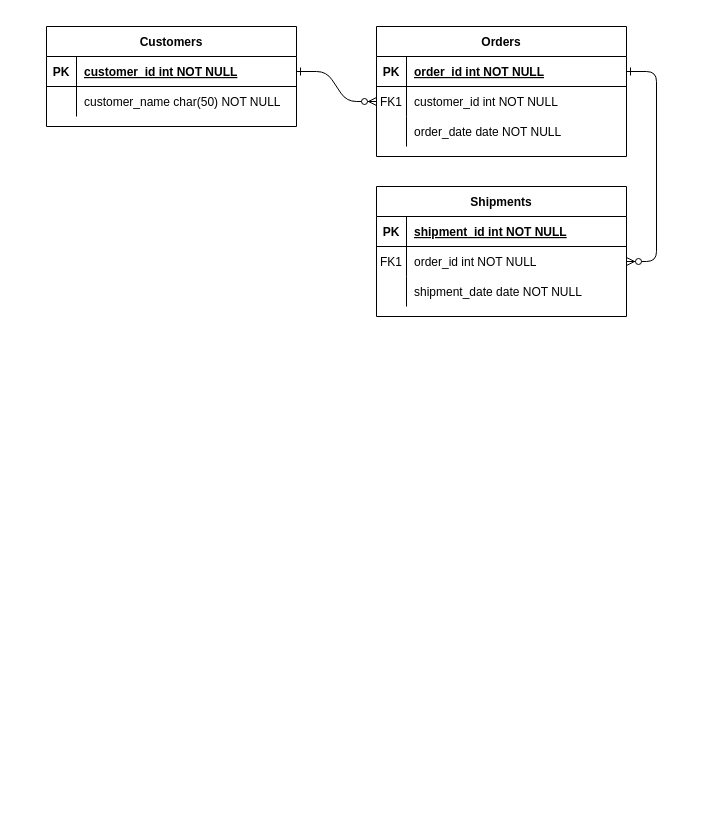
Before: logs/Untitled Diagram.drawio in barmancity-lab/challenge-cor, a draw.io diagram. Source tidied: cells renumbered, new cells numbered last; positions are measured from the earlier drawing's top-left corner, leaving out a move shared by most shapes. Both pictures are drawn from the tidied source at 100%, with x=0, y=0 at pixel (46, 26).
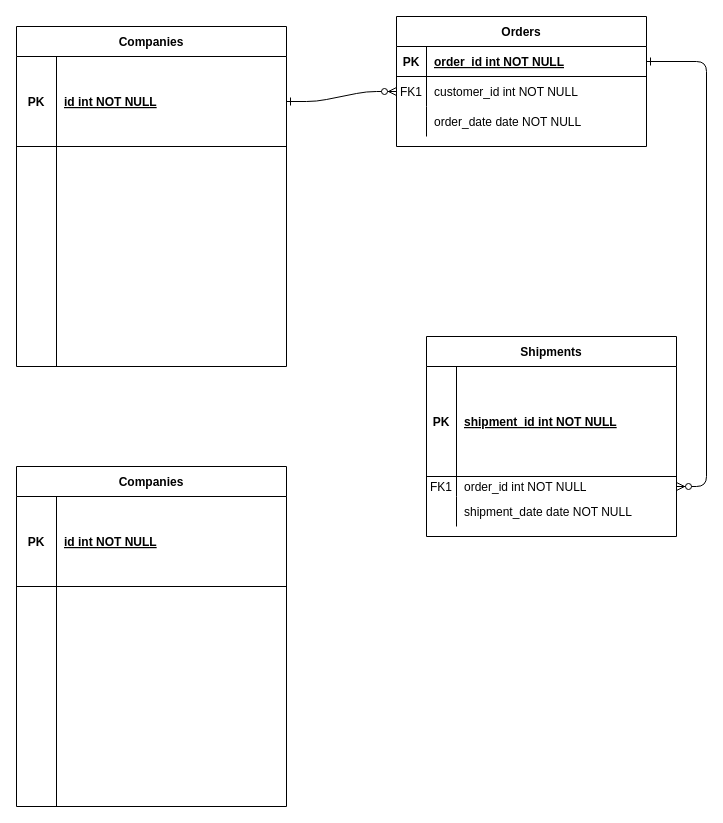
After the change.

The edit, as a diff of the source:
```diff
@@
     <mxCell id="4" value="Orders" style="shape=table;startSize=30;childLayout=tableLayout;rowLines=0;fontStyle=1;align=center;" parent="1" vertex="1">
-      <mxGeometry x="330" width="250" height="130" as="geometry" />
+      <mxGeometry x="350" y="-10" width="250" height="130" as="geometry" />
     </mxCell>
@@
     <mxCell id="14" value="Shipments" style="shape=table;startSize=30;childLayout=tableLayout;rowLines=0;fontStyle=1;align=center;" parent="1" vertex="1">
-      <mxGeometry x="330" y="160" width="250" height="130" as="geometry" />
+      <mxGeometry x="380" y="310" width="250" height="200" as="geometry" />
     </mxCell>
     <mxCell id="15" style="shape=partialRectangle;fillColor=none;top=0;left=0;right=0;bottom=1;" parent="14" vertex="1">
-      <mxGeometry y="30" width="250" height="30" as="geometry" />
+      <mxGeometry y="30" width="250" height="110" as="geometry" />
     </mxCell>
     <mxCell id="16" value="PK" style="shape=partialRectangle;overflow=hidden;fillColor=none;top=0;left=0;bottom=0;right=0;fontStyle=1;" parent="15" vertex="1">
-      <mxGeometry width="30" height="30" as="geometry" />
+      <mxGeometry width="30" height="110" as="geometry" />
     </mxCell>
     <mxCell id="17" value="shipment_id int NOT NULL " style="shape=partialRectangle;overflow=hidden;fillColor=none;top=0;left=0;bottom=0;right=0;align=left;spacingLeft=6;fontStyle=5;" parent="15" vertex="1">
-      <mxGeometry x="30" width="220" height="30" as="geometry" />
+      <mxGeometry x="30" width="220" height="110" as="geometry" />
     </mxCell>
     <mxCell id="18" style="shape=partialRectangle;fillColor=none;points=[[0,0.5],[1,0.5]];portConstraint=eastwest;top=0;left=0;right=0;bottom=0;" parent="14" vertex="1">
-      <mxGeometry y="60" width="250" height="30" as="geometry" />
+      <mxGeometry y="140" width="250" height="20" as="geometry" />
     </mxCell>
     <mxCell id="19" value="FK1" style="shape=partialRectangle;overflow=hidden;fillColor=none;top=0;left=0;bottom=0;right=0;" parent="18" vertex="1">
-      <mxGeometry width="30" height="30" as="geometry" />
+      <mxGeometry width="30" height="20" as="geometry" />
     </mxCell>
     <mxCell id="20" value="order_id int NOT NULL" style="shape=partialRectangle;overflow=hidden;fillColor=none;top=0;left=0;bottom=0;right=0;align=left;spacingLeft=6;" parent="18" vertex="1">
-      <mxGeometry x="30" width="220" height="30" as="geometry" />
+      <mxGeometry x="30" width="220" height="20" as="geometry" />
     </mxCell>
     <mxCell id="21" style="shape=partialRectangle;fillColor=none;top=0;left=0;right=0;bottom=0;" parent="14" vertex="1">
-      <mxGeometry y="90" width="250" height="30" as="geometry" />
+      <mxGeometry y="160" width="250" height="30" as="geometry" />
     </mxCell>
@@
-    <mxCell id="24" value="Customers" style="shape=table;startSize=30;childLayout=tableLayout;rowLines=0;fontStyle=1;align=center;" parent="1" vertex="1">
-      <mxGeometry width="250" height="100" as="geometry" />
+    <mxCell id="24" value="Companies" style="shape=table;startSize=30;childLayout=tableLayout;rowLines=0;fontStyle=1;align=center;" parent="1" vertex="1">
+      <mxGeometry x="-30" width="270" height="340" as="geometry" />
     </mxCell>
     <mxCell id="25" style="shape=partialRectangle;fillColor=none;points=[[0,0.5],[1,0.5]];portConstraint=eastwest;top=0;left=0;right=0;bottom=1;" parent="24" vertex="1">
-      <mxGeometry y="30" width="250" height="30" as="geometry" />
+      <mxGeometry y="30" width="270" height="90" as="geometry" />
     </mxCell>
     <mxCell id="26" value="PK" style="shape=partialRectangle;overflow=hidden;fillColor=none;top=0;left=0;bottom=0;right=0;fontStyle=1;" parent="25" vertex="1">
-      <mxGeometry width="30" height="30" as="geometry" />
+      <mxGeometry width="40" height="90" as="geometry" />
     </mxCell>
-    <mxCell id="27" value="customer_id int NOT NULL " style="shape=partialRectangle;overflow=hidden;fillColor=none;top=0;left=0;bottom=0;right=0;align=left;spacingLeft=6;fontStyle=5;" parent="25" vertex="1">
-      <mxGeometry x="30" width="220" height="30" as="geometry" />
+    <mxCell id="27" value="id int NOT NULL " style="shape=partialRectangle;overflow=hidden;fillColor=none;top=0;left=0;bottom=0;right=0;align=left;spacingLeft=6;fontStyle=5;" parent="25" vertex="1">
+      <mxGeometry x="40" width="230" height="90" as="geometry" />
     </mxCell>
     <mxCell id="28" style="shape=partialRectangle;fillColor=none;top=0;left=0;right=0;bottom=0;" parent="24" vertex="1">
-      <mxGeometry y="60" width="250" height="30" as="geometry" />
+      <mxGeometry y="120" width="270" height="220" as="geometry" />
     </mxCell>
     <mxCell id="29" style="shape=partialRectangle;overflow=hidden;fillColor=none;top=0;left=0;bottom=0;right=0;" parent="28" vertex="1">
-      <mxGeometry width="30" height="30" as="geometry" />
+      <mxGeometry width="40" height="220" as="geometry" />
     </mxCell>
-    <mxCell id="30" value="customer_name char(50) NOT NULL" style="shape=partialRectangle;overflow=hidden;fillColor=none;top=0;left=0;bottom=0;right=0;align=left;spacingLeft=6;" parent="28" vertex="1">
-      <mxGeometry x="30" width="220" height="30" as="geometry" />
+    <mxCell id="30" style="shape=partialRectangle;overflow=hidden;fillColor=none;top=0;left=0;bottom=0;right=0;align=left;spacingLeft=6;" parent="28" vertex="1">
+      <mxGeometry x="40" width="230" height="220" as="geometry" />
     </mxCell>
+    <mxCell id="31" value="Companies" style="shape=table;startSize=30;childLayout=tableLayout;rowLines=0;fontStyle=1;align=center;" parent="1" vertex="1">
+      <mxGeometry x="-30" y="440" width="270" height="340" as="geometry" />
+    </mxCell>
+    <mxCell id="32" style="shape=partialRectangle;fillColor=none;top=0;left=0;right=0;bottom=1;" parent="31" vertex="1">
+      <mxGeometry y="30" width="270" height="90" as="geometry" />
+    </mxCell>
+    <mxCell id="33" value="PK" style="shape=partialRectangle;overflow=hidden;fillColor=none;top=0;left=0;bottom=0;right=0;fontStyle=1;" parent="32" vertex="1">
+      <mxGeometry width="40" height="90" as="geometry" />
+    </mxCell>
+    <mxCell id="34" value="id int NOT NULL " style="shape=partialRectangle;overflow=hidden;fillColor=none;top=0;left=0;bottom=0;right=0;align=left;spacingLeft=6;fontStyle=5;" parent="32" vertex="1">
+      <mxGeometry x="40" width="230" height="90" as="geometry" />
+    </mxCell>
+    <mxCell id="35" style="shape=partialRectangle;fillColor=none;top=0;left=0;right=0;bottom=0;" parent="31" vertex="1">
+      <mxGeometry y="120" width="270" height="220" as="geometry" />
+    </mxCell>
+    <mxCell id="36" style="shape=partialRectangle;overflow=hidden;fillColor=none;top=0;left=0;bottom=0;right=0;" parent="35" vertex="1">
+      <mxGeometry width="40" height="220" as="geometry" />
+    </mxCell>
+    <mxCell id="37" style="shape=partialRectangle;overflow=hidden;fillColor=none;top=0;left=0;bottom=0;right=0;align=left;spacingLeft=6;" parent="35" vertex="1">
+      <mxGeometry x="40" width="230" height="220" as="geometry" />
+    </mxCell>
```
